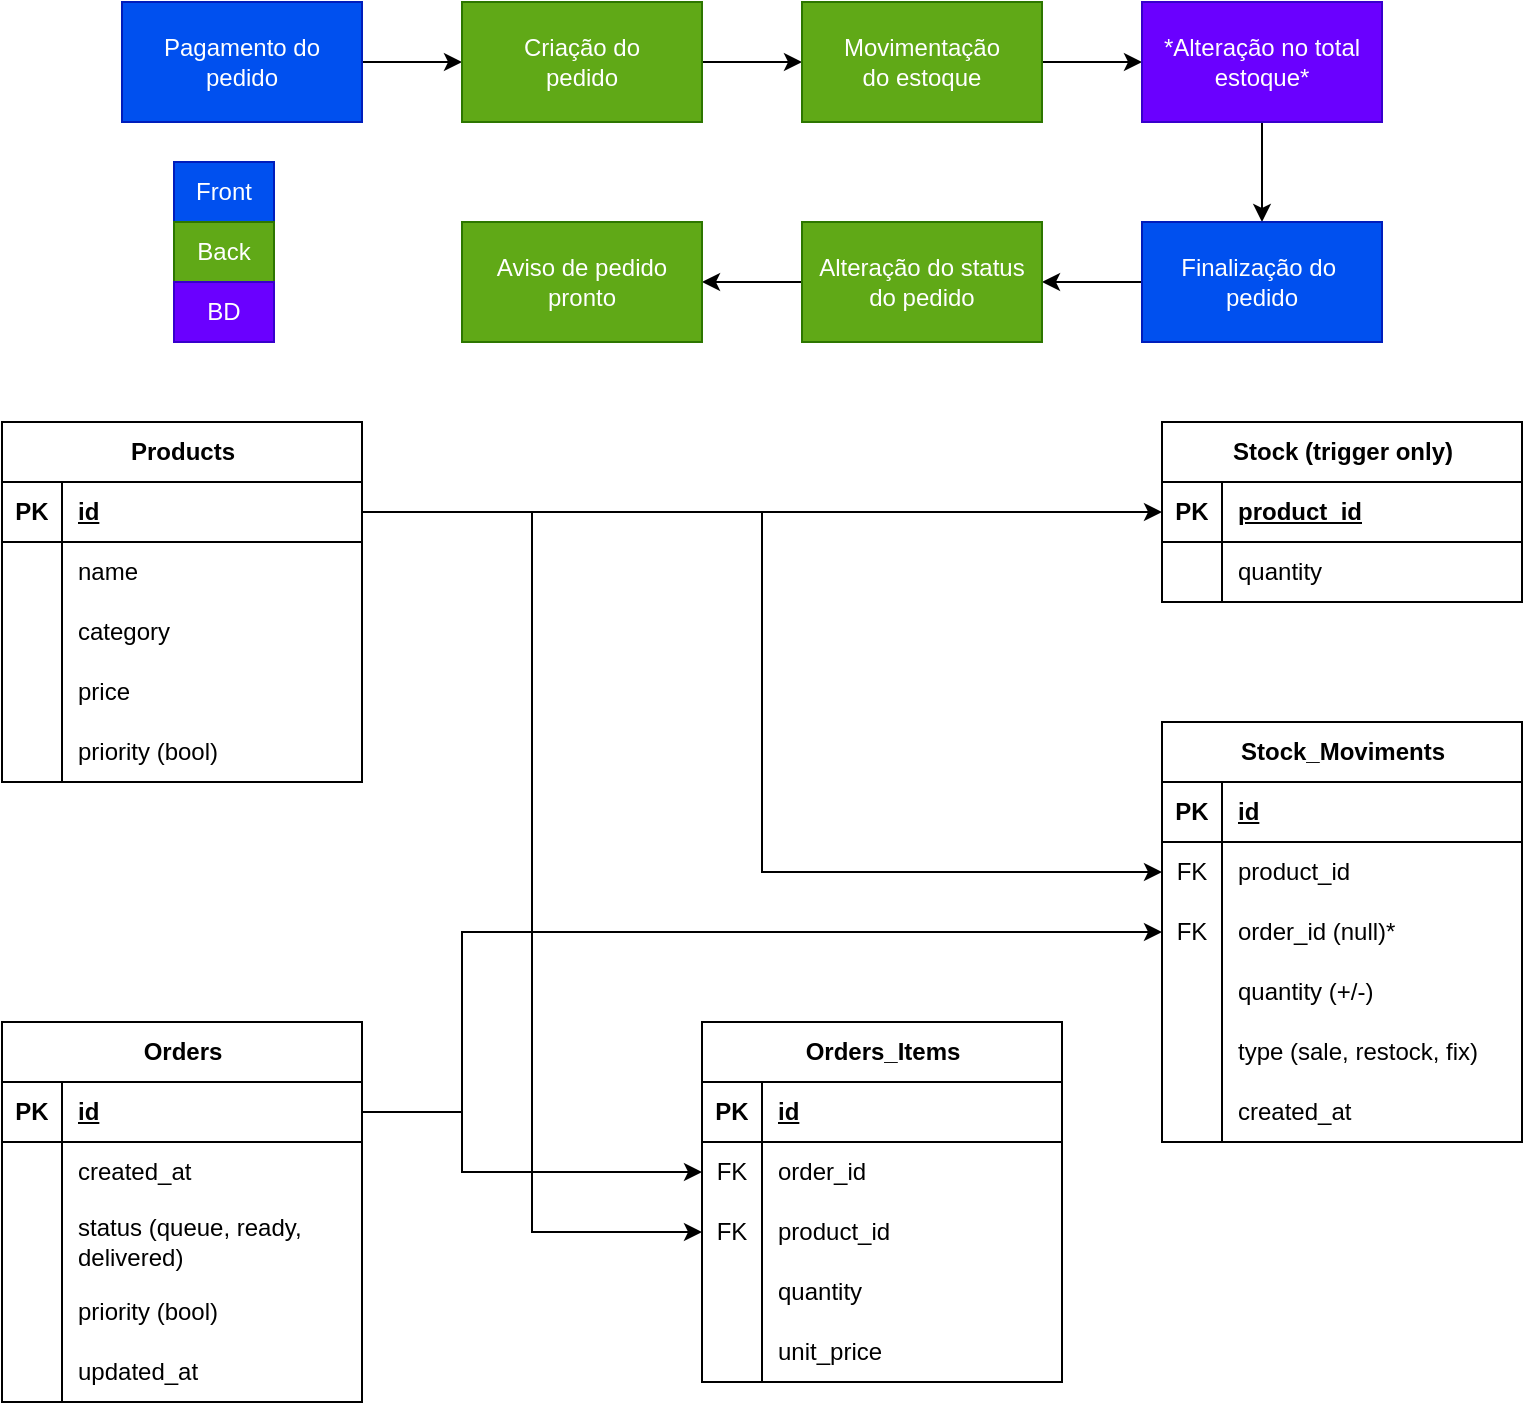
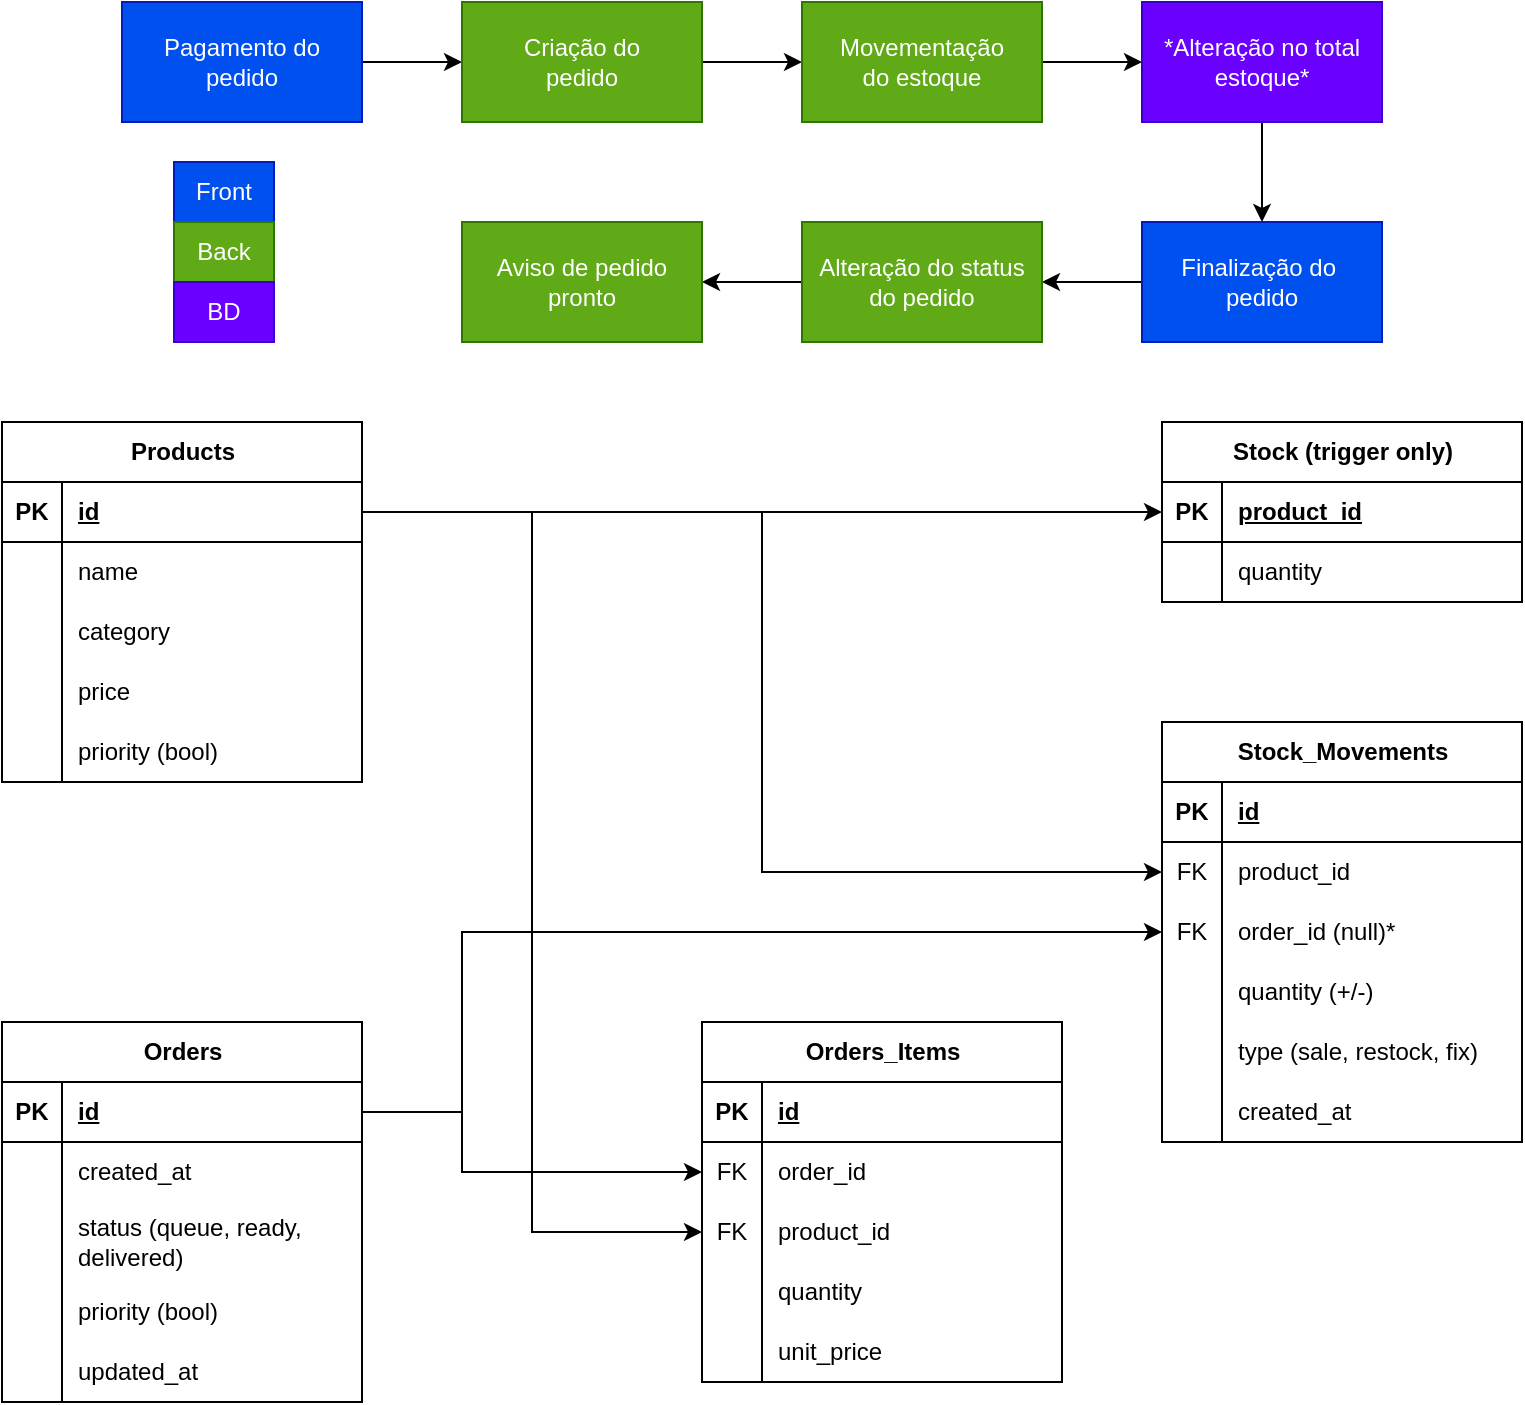
<mxfile host="drawio.home.arpa" agent="Mozilla/5.0 (Windows NT 10.0; Win64; x64; rv:141.0) Gecko/20100101 Firefox/141.0">
  <diagram name="Page-1" id="93pj5sQHvsj6xiHfX_A0">
    <mxGraphModel dx="1471" dy="1973" grid="1" gridSize="10" guides="1" tooltips="1" connect="1" arrows="1" fold="1" page="1" pageScale="1" pageWidth="827" pageHeight="1169" math="0" shadow="0">
      <root>
        <mxCell id="0" />
        <mxCell id="1" parent="0" />
        <mxCell id="aaTrduKKm5pDrdek79W0-1" parent="1" style="shape=table;startSize=30;container=1;collapsible=1;childLayout=tableLayout;fixedRows=1;rowLines=0;fontStyle=1;align=center;resizeLast=1;html=1;" value="Products" vertex="1">
          <mxGeometry height="180" width="180" x="50" y="150" as="geometry" />
        </mxCell>
        <mxCell id="aaTrduKKm5pDrdek79W0-2" parent="aaTrduKKm5pDrdek79W0-1" style="shape=tableRow;horizontal=0;startSize=0;swimlaneHead=0;swimlaneBody=0;fillColor=none;collapsible=0;dropTarget=0;points=[[0,0.5],[1,0.5]];portConstraint=eastwest;top=0;left=0;right=0;bottom=1;" value="" vertex="1">
          <mxGeometry height="30" width="180" y="30" as="geometry" />
        </mxCell>
        <mxCell id="aaTrduKKm5pDrdek79W0-3" parent="aaTrduKKm5pDrdek79W0-2" style="shape=partialRectangle;connectable=0;fillColor=none;top=0;left=0;bottom=0;right=0;fontStyle=1;overflow=hidden;whiteSpace=wrap;html=1;" value="PK" vertex="1">
          <mxGeometry height="30" width="30" as="geometry">
            <mxRectangle height="30" width="30" as="alternateBounds" />
          </mxGeometry>
        </mxCell>
        <mxCell id="aaTrduKKm5pDrdek79W0-4" parent="aaTrduKKm5pDrdek79W0-2" style="shape=partialRectangle;connectable=0;fillColor=none;top=0;left=0;bottom=0;right=0;align=left;spacingLeft=6;fontStyle=5;overflow=hidden;whiteSpace=wrap;html=1;" value="id" vertex="1">
          <mxGeometry height="30" width="150" x="30" as="geometry">
            <mxRectangle height="30" width="150" as="alternateBounds" />
          </mxGeometry>
        </mxCell>
        <mxCell id="aaTrduKKm5pDrdek79W0-5" parent="aaTrduKKm5pDrdek79W0-1" style="shape=tableRow;horizontal=0;startSize=0;swimlaneHead=0;swimlaneBody=0;fillColor=none;collapsible=0;dropTarget=0;points=[[0,0.5],[1,0.5]];portConstraint=eastwest;top=0;left=0;right=0;bottom=0;" value="" vertex="1">
          <mxGeometry height="30" width="180" y="60" as="geometry" />
        </mxCell>
        <mxCell id="aaTrduKKm5pDrdek79W0-6" parent="aaTrduKKm5pDrdek79W0-5" style="shape=partialRectangle;connectable=0;fillColor=none;top=0;left=0;bottom=0;right=0;editable=1;overflow=hidden;whiteSpace=wrap;html=1;" value="" vertex="1">
          <mxGeometry height="30" width="30" as="geometry">
            <mxRectangle height="30" width="30" as="alternateBounds" />
          </mxGeometry>
        </mxCell>
        <mxCell id="aaTrduKKm5pDrdek79W0-7" parent="aaTrduKKm5pDrdek79W0-5" style="shape=partialRectangle;connectable=0;fillColor=none;top=0;left=0;bottom=0;right=0;align=left;spacingLeft=6;overflow=hidden;whiteSpace=wrap;html=1;" value="name" vertex="1">
          <mxGeometry height="30" width="150" x="30" as="geometry">
            <mxRectangle height="30" width="150" as="alternateBounds" />
          </mxGeometry>
        </mxCell>
        <mxCell id="aaTrduKKm5pDrdek79W0-8" parent="aaTrduKKm5pDrdek79W0-1" style="shape=tableRow;horizontal=0;startSize=0;swimlaneHead=0;swimlaneBody=0;fillColor=none;collapsible=0;dropTarget=0;points=[[0,0.5],[1,0.5]];portConstraint=eastwest;top=0;left=0;right=0;bottom=0;" value="" vertex="1">
          <mxGeometry height="30" width="180" y="90" as="geometry" />
        </mxCell>
        <mxCell id="aaTrduKKm5pDrdek79W0-9" parent="aaTrduKKm5pDrdek79W0-8" style="shape=partialRectangle;connectable=0;fillColor=none;top=0;left=0;bottom=0;right=0;editable=1;overflow=hidden;whiteSpace=wrap;html=1;" value="" vertex="1">
          <mxGeometry height="30" width="30" as="geometry">
            <mxRectangle height="30" width="30" as="alternateBounds" />
          </mxGeometry>
        </mxCell>
        <mxCell id="aaTrduKKm5pDrdek79W0-10" parent="aaTrduKKm5pDrdek79W0-8" style="shape=partialRectangle;connectable=0;fillColor=none;top=0;left=0;bottom=0;right=0;align=left;spacingLeft=6;overflow=hidden;whiteSpace=wrap;html=1;" value="category" vertex="1">
          <mxGeometry height="30" width="150" x="30" as="geometry">
            <mxRectangle height="30" width="150" as="alternateBounds" />
          </mxGeometry>
        </mxCell>
        <mxCell id="aaTrduKKm5pDrdek79W0-11" parent="aaTrduKKm5pDrdek79W0-1" style="shape=tableRow;horizontal=0;startSize=0;swimlaneHead=0;swimlaneBody=0;fillColor=none;collapsible=0;dropTarget=0;points=[[0,0.5],[1,0.5]];portConstraint=eastwest;top=0;left=0;right=0;bottom=0;" value="" vertex="1">
          <mxGeometry height="30" width="180" y="120" as="geometry" />
        </mxCell>
        <mxCell id="aaTrduKKm5pDrdek79W0-12" parent="aaTrduKKm5pDrdek79W0-11" style="shape=partialRectangle;connectable=0;fillColor=none;top=0;left=0;bottom=0;right=0;editable=1;overflow=hidden;whiteSpace=wrap;html=1;" value="" vertex="1">
          <mxGeometry height="30" width="30" as="geometry">
            <mxRectangle height="30" width="30" as="alternateBounds" />
          </mxGeometry>
        </mxCell>
        <mxCell id="aaTrduKKm5pDrdek79W0-13" parent="aaTrduKKm5pDrdek79W0-11" style="shape=partialRectangle;connectable=0;fillColor=none;top=0;left=0;bottom=0;right=0;align=left;spacingLeft=6;overflow=hidden;whiteSpace=wrap;html=1;" value="price" vertex="1">
          <mxGeometry height="30" width="150" x="30" as="geometry">
            <mxRectangle height="30" width="150" as="alternateBounds" />
          </mxGeometry>
        </mxCell>
        <mxCell id="aaTrduKKm5pDrdek79W0-72" parent="aaTrduKKm5pDrdek79W0-1" style="shape=tableRow;horizontal=0;startSize=0;swimlaneHead=0;swimlaneBody=0;fillColor=none;collapsible=0;dropTarget=0;points=[[0,0.5],[1,0.5]];portConstraint=eastwest;top=0;left=0;right=0;bottom=0;" value="" vertex="1">
          <mxGeometry height="30" width="180" y="150" as="geometry" />
        </mxCell>
        <mxCell id="aaTrduKKm5pDrdek79W0-73" parent="aaTrduKKm5pDrdek79W0-72" style="shape=partialRectangle;connectable=0;fillColor=none;top=0;left=0;bottom=0;right=0;editable=1;overflow=hidden;whiteSpace=wrap;html=1;" value="" vertex="1">
          <mxGeometry height="30" width="30" as="geometry">
            <mxRectangle height="30" width="30" as="alternateBounds" />
          </mxGeometry>
        </mxCell>
        <mxCell id="aaTrduKKm5pDrdek79W0-74" parent="aaTrduKKm5pDrdek79W0-72" style="shape=partialRectangle;connectable=0;fillColor=none;top=0;left=0;bottom=0;right=0;align=left;spacingLeft=6;overflow=hidden;whiteSpace=wrap;html=1;" value="priority (bool)" vertex="1">
          <mxGeometry height="30" width="150" x="30" as="geometry">
            <mxRectangle height="30" width="150" as="alternateBounds" />
          </mxGeometry>
        </mxCell>
        <mxCell id="aaTrduKKm5pDrdek79W0-14" parent="1" style="shape=table;startSize=30;container=1;collapsible=1;childLayout=tableLayout;fixedRows=1;rowLines=0;fontStyle=1;align=center;resizeLast=1;html=1;" value="Orders" vertex="1">
          <mxGeometry height="190" width="180" x="50" y="450" as="geometry" />
        </mxCell>
        <mxCell id="aaTrduKKm5pDrdek79W0-15" parent="aaTrduKKm5pDrdek79W0-14" style="shape=tableRow;horizontal=0;startSize=0;swimlaneHead=0;swimlaneBody=0;fillColor=none;collapsible=0;dropTarget=0;points=[[0,0.5],[1,0.5]];portConstraint=eastwest;top=0;left=0;right=0;bottom=1;" value="" vertex="1">
          <mxGeometry height="30" width="180" y="30" as="geometry" />
        </mxCell>
        <mxCell id="aaTrduKKm5pDrdek79W0-16" parent="aaTrduKKm5pDrdek79W0-15" style="shape=partialRectangle;connectable=0;fillColor=none;top=0;left=0;bottom=0;right=0;fontStyle=1;overflow=hidden;whiteSpace=wrap;html=1;" value="PK" vertex="1">
          <mxGeometry height="30" width="30" as="geometry">
            <mxRectangle height="30" width="30" as="alternateBounds" />
          </mxGeometry>
        </mxCell>
        <mxCell id="aaTrduKKm5pDrdek79W0-17" parent="aaTrduKKm5pDrdek79W0-15" style="shape=partialRectangle;connectable=0;fillColor=none;top=0;left=0;bottom=0;right=0;align=left;spacingLeft=6;fontStyle=5;overflow=hidden;whiteSpace=wrap;html=1;" value="id" vertex="1">
          <mxGeometry height="30" width="150" x="30" as="geometry">
            <mxRectangle height="30" width="150" as="alternateBounds" />
          </mxGeometry>
        </mxCell>
        <mxCell id="aaTrduKKm5pDrdek79W0-18" parent="aaTrduKKm5pDrdek79W0-14" style="shape=tableRow;horizontal=0;startSize=0;swimlaneHead=0;swimlaneBody=0;fillColor=none;collapsible=0;dropTarget=0;points=[[0,0.5],[1,0.5]];portConstraint=eastwest;top=0;left=0;right=0;bottom=0;" value="" vertex="1">
          <mxGeometry height="30" width="180" y="60" as="geometry" />
        </mxCell>
        <mxCell id="aaTrduKKm5pDrdek79W0-19" parent="aaTrduKKm5pDrdek79W0-18" style="shape=partialRectangle;connectable=0;fillColor=none;top=0;left=0;bottom=0;right=0;editable=1;overflow=hidden;whiteSpace=wrap;html=1;" value="" vertex="1">
          <mxGeometry height="30" width="30" as="geometry">
            <mxRectangle height="30" width="30" as="alternateBounds" />
          </mxGeometry>
        </mxCell>
        <mxCell id="aaTrduKKm5pDrdek79W0-20" parent="aaTrduKKm5pDrdek79W0-18" style="shape=partialRectangle;connectable=0;fillColor=none;top=0;left=0;bottom=0;right=0;align=left;spacingLeft=6;overflow=hidden;whiteSpace=wrap;html=1;" value="created_at" vertex="1">
          <mxGeometry height="30" width="150" x="30" as="geometry">
            <mxRectangle height="30" width="150" as="alternateBounds" />
          </mxGeometry>
        </mxCell>
        <mxCell id="aaTrduKKm5pDrdek79W0-21" parent="aaTrduKKm5pDrdek79W0-14" style="shape=tableRow;horizontal=0;startSize=0;swimlaneHead=0;swimlaneBody=0;fillColor=none;collapsible=0;dropTarget=0;points=[[0,0.5],[1,0.5]];portConstraint=eastwest;top=0;left=0;right=0;bottom=0;" value="" vertex="1">
          <mxGeometry height="40" width="180" y="90" as="geometry" />
        </mxCell>
        <mxCell id="aaTrduKKm5pDrdek79W0-22" parent="aaTrduKKm5pDrdek79W0-21" style="shape=partialRectangle;connectable=0;fillColor=none;top=0;left=0;bottom=0;right=0;editable=1;overflow=hidden;whiteSpace=wrap;html=1;" value="" vertex="1">
          <mxGeometry height="40" width="30" as="geometry">
            <mxRectangle height="40" width="30" as="alternateBounds" />
          </mxGeometry>
        </mxCell>
        <mxCell id="aaTrduKKm5pDrdek79W0-23" parent="aaTrduKKm5pDrdek79W0-21" style="shape=partialRectangle;connectable=0;fillColor=none;top=0;left=0;bottom=0;right=0;align=left;spacingLeft=6;overflow=hidden;whiteSpace=wrap;html=1;" value="status (queue, ready, delivered)" vertex="1">
          <mxGeometry height="40" width="150" x="30" as="geometry">
            <mxRectangle height="40" width="150" as="alternateBounds" />
          </mxGeometry>
        </mxCell>
        <mxCell id="aaTrduKKm5pDrdek79W0-81" parent="aaTrduKKm5pDrdek79W0-14" style="shape=tableRow;horizontal=0;startSize=0;swimlaneHead=0;swimlaneBody=0;fillColor=none;collapsible=0;dropTarget=0;points=[[0,0.5],[1,0.5]];portConstraint=eastwest;top=0;left=0;right=0;bottom=0;" value="" vertex="1">
          <mxGeometry height="30" width="180" y="130" as="geometry" />
        </mxCell>
        <mxCell id="aaTrduKKm5pDrdek79W0-82" parent="aaTrduKKm5pDrdek79W0-81" style="shape=partialRectangle;connectable=0;fillColor=none;top=0;left=0;bottom=0;right=0;editable=1;overflow=hidden;whiteSpace=wrap;html=1;" value="" vertex="1">
          <mxGeometry height="30" width="30" as="geometry">
            <mxRectangle height="30" width="30" as="alternateBounds" />
          </mxGeometry>
        </mxCell>
        <mxCell id="aaTrduKKm5pDrdek79W0-83" parent="aaTrduKKm5pDrdek79W0-81" style="shape=partialRectangle;connectable=0;fillColor=none;top=0;left=0;bottom=0;right=0;align=left;spacingLeft=6;overflow=hidden;whiteSpace=wrap;html=1;" value="priority (bool)" vertex="1">
          <mxGeometry height="30" width="150" x="30" as="geometry">
            <mxRectangle height="30" width="150" as="alternateBounds" />
          </mxGeometry>
        </mxCell>
        <mxCell id="aaTrduKKm5pDrdek79W0-111" parent="aaTrduKKm5pDrdek79W0-14" style="shape=tableRow;horizontal=0;startSize=0;swimlaneHead=0;swimlaneBody=0;fillColor=none;collapsible=0;dropTarget=0;points=[[0,0.5],[1,0.5]];portConstraint=eastwest;top=0;left=0;right=0;bottom=0;" value="" vertex="1">
          <mxGeometry height="30" width="180" y="160" as="geometry" />
        </mxCell>
        <mxCell id="aaTrduKKm5pDrdek79W0-112" parent="aaTrduKKm5pDrdek79W0-111" style="shape=partialRectangle;connectable=0;fillColor=none;top=0;left=0;bottom=0;right=0;editable=1;overflow=hidden;whiteSpace=wrap;html=1;" value="" vertex="1">
          <mxGeometry height="30" width="30" as="geometry">
            <mxRectangle height="30" width="30" as="alternateBounds" />
          </mxGeometry>
        </mxCell>
        <mxCell id="aaTrduKKm5pDrdek79W0-113" parent="aaTrduKKm5pDrdek79W0-111" style="shape=partialRectangle;connectable=0;fillColor=none;top=0;left=0;bottom=0;right=0;align=left;spacingLeft=6;overflow=hidden;whiteSpace=wrap;html=1;" value="updated_at" vertex="1">
          <mxGeometry height="30" width="150" x="30" as="geometry">
            <mxRectangle height="30" width="150" as="alternateBounds" />
          </mxGeometry>
        </mxCell>
        <mxCell id="aaTrduKKm5pDrdek79W0-27" parent="1" style="shape=table;startSize=30;container=1;collapsible=1;childLayout=tableLayout;fixedRows=1;rowLines=0;fontStyle=1;align=center;resizeLast=1;html=1;" value="Orders_Items" vertex="1">
          <mxGeometry height="180" width="180" x="400" y="450" as="geometry" />
        </mxCell>
        <mxCell id="aaTrduKKm5pDrdek79W0-28" parent="aaTrduKKm5pDrdek79W0-27" style="shape=tableRow;horizontal=0;startSize=0;swimlaneHead=0;swimlaneBody=0;fillColor=none;collapsible=0;dropTarget=0;points=[[0,0.5],[1,0.5]];portConstraint=eastwest;top=0;left=0;right=0;bottom=1;" value="" vertex="1">
          <mxGeometry height="30" width="180" y="30" as="geometry" />
        </mxCell>
        <mxCell id="aaTrduKKm5pDrdek79W0-29" parent="aaTrduKKm5pDrdek79W0-28" style="shape=partialRectangle;connectable=0;fillColor=none;top=0;left=0;bottom=0;right=0;fontStyle=1;overflow=hidden;whiteSpace=wrap;html=1;" value="PK" vertex="1">
          <mxGeometry height="30" width="30" as="geometry">
            <mxRectangle height="30" width="30" as="alternateBounds" />
          </mxGeometry>
        </mxCell>
        <mxCell id="aaTrduKKm5pDrdek79W0-30" parent="aaTrduKKm5pDrdek79W0-28" style="shape=partialRectangle;connectable=0;fillColor=none;top=0;left=0;bottom=0;right=0;align=left;spacingLeft=6;fontStyle=5;overflow=hidden;whiteSpace=wrap;html=1;" value="id" vertex="1">
          <mxGeometry height="30" width="150" x="30" as="geometry">
            <mxRectangle height="30" width="150" as="alternateBounds" />
          </mxGeometry>
        </mxCell>
        <mxCell id="aaTrduKKm5pDrdek79W0-31" parent="aaTrduKKm5pDrdek79W0-27" style="shape=tableRow;horizontal=0;startSize=0;swimlaneHead=0;swimlaneBody=0;fillColor=none;collapsible=0;dropTarget=0;points=[[0,0.5],[1,0.5]];portConstraint=eastwest;top=0;left=0;right=0;bottom=0;" value="" vertex="1">
          <mxGeometry height="30" width="180" y="60" as="geometry" />
        </mxCell>
        <mxCell id="aaTrduKKm5pDrdek79W0-32" parent="aaTrduKKm5pDrdek79W0-31" style="shape=partialRectangle;connectable=0;fillColor=none;top=0;left=0;bottom=0;right=0;editable=1;overflow=hidden;whiteSpace=wrap;html=1;" value="FK" vertex="1">
          <mxGeometry height="30" width="30" as="geometry">
            <mxRectangle height="30" width="30" as="alternateBounds" />
          </mxGeometry>
        </mxCell>
        <mxCell id="aaTrduKKm5pDrdek79W0-33" parent="aaTrduKKm5pDrdek79W0-31" style="shape=partialRectangle;connectable=0;fillColor=none;top=0;left=0;bottom=0;right=0;align=left;spacingLeft=6;overflow=hidden;whiteSpace=wrap;html=1;" value="order_id" vertex="1">
          <mxGeometry height="30" width="150" x="30" as="geometry">
            <mxRectangle height="30" width="150" as="alternateBounds" />
          </mxGeometry>
        </mxCell>
        <mxCell id="aaTrduKKm5pDrdek79W0-34" parent="aaTrduKKm5pDrdek79W0-27" style="shape=tableRow;horizontal=0;startSize=0;swimlaneHead=0;swimlaneBody=0;fillColor=none;collapsible=0;dropTarget=0;points=[[0,0.5],[1,0.5]];portConstraint=eastwest;top=0;left=0;right=0;bottom=0;" value="" vertex="1">
          <mxGeometry height="30" width="180" y="90" as="geometry" />
        </mxCell>
        <mxCell id="aaTrduKKm5pDrdek79W0-35" parent="aaTrduKKm5pDrdek79W0-34" style="shape=partialRectangle;connectable=0;fillColor=none;top=0;left=0;bottom=0;right=0;editable=1;overflow=hidden;whiteSpace=wrap;html=1;" value="FK" vertex="1">
          <mxGeometry height="30" width="30" as="geometry">
            <mxRectangle height="30" width="30" as="alternateBounds" />
          </mxGeometry>
        </mxCell>
        <mxCell id="aaTrduKKm5pDrdek79W0-36" parent="aaTrduKKm5pDrdek79W0-34" style="shape=partialRectangle;connectable=0;fillColor=none;top=0;left=0;bottom=0;right=0;align=left;spacingLeft=6;overflow=hidden;whiteSpace=wrap;html=1;" value="product_id" vertex="1">
          <mxGeometry height="30" width="150" x="30" as="geometry">
            <mxRectangle height="30" width="150" as="alternateBounds" />
          </mxGeometry>
        </mxCell>
        <mxCell id="aaTrduKKm5pDrdek79W0-37" parent="aaTrduKKm5pDrdek79W0-27" style="shape=tableRow;horizontal=0;startSize=0;swimlaneHead=0;swimlaneBody=0;fillColor=none;collapsible=0;dropTarget=0;points=[[0,0.5],[1,0.5]];portConstraint=eastwest;top=0;left=0;right=0;bottom=0;" value="" vertex="1">
          <mxGeometry height="30" width="180" y="120" as="geometry" />
        </mxCell>
        <mxCell id="aaTrduKKm5pDrdek79W0-38" parent="aaTrduKKm5pDrdek79W0-37" style="shape=partialRectangle;connectable=0;fillColor=none;top=0;left=0;bottom=0;right=0;editable=1;overflow=hidden;whiteSpace=wrap;html=1;" value="" vertex="1">
          <mxGeometry height="30" width="30" as="geometry">
            <mxRectangle height="30" width="30" as="alternateBounds" />
          </mxGeometry>
        </mxCell>
        <mxCell id="aaTrduKKm5pDrdek79W0-39" parent="aaTrduKKm5pDrdek79W0-37" style="shape=partialRectangle;connectable=0;fillColor=none;top=0;left=0;bottom=0;right=0;align=left;spacingLeft=6;overflow=hidden;whiteSpace=wrap;html=1;" value="quantity" vertex="1">
          <mxGeometry height="30" width="150" x="30" as="geometry">
            <mxRectangle height="30" width="150" as="alternateBounds" />
          </mxGeometry>
        </mxCell>
        <mxCell id="aaTrduKKm5pDrdek79W0-40" parent="aaTrduKKm5pDrdek79W0-27" style="shape=tableRow;horizontal=0;startSize=0;swimlaneHead=0;swimlaneBody=0;fillColor=none;collapsible=0;dropTarget=0;points=[[0,0.5],[1,0.5]];portConstraint=eastwest;top=0;left=0;right=0;bottom=0;" value="" vertex="1">
          <mxGeometry height="30" width="180" y="150" as="geometry" />
        </mxCell>
        <mxCell id="aaTrduKKm5pDrdek79W0-41" parent="aaTrduKKm5pDrdek79W0-40" style="shape=partialRectangle;connectable=0;fillColor=none;top=0;left=0;bottom=0;right=0;editable=1;overflow=hidden;whiteSpace=wrap;html=1;" value="" vertex="1">
          <mxGeometry height="30" width="30" as="geometry">
            <mxRectangle height="30" width="30" as="alternateBounds" />
          </mxGeometry>
        </mxCell>
        <mxCell id="aaTrduKKm5pDrdek79W0-42" parent="aaTrduKKm5pDrdek79W0-40" style="shape=partialRectangle;connectable=0;fillColor=none;top=0;left=0;bottom=0;right=0;align=left;spacingLeft=6;overflow=hidden;whiteSpace=wrap;html=1;" value="unit_price" vertex="1">
          <mxGeometry height="30" width="150" x="30" as="geometry">
            <mxRectangle height="30" width="150" as="alternateBounds" />
          </mxGeometry>
        </mxCell>
        <mxCell id="aaTrduKKm5pDrdek79W0-46" parent="1" style="shape=table;startSize=30;container=1;collapsible=1;childLayout=tableLayout;fixedRows=1;rowLines=0;fontStyle=1;align=center;resizeLast=1;html=1;" value="Stock (trigger only)" vertex="1">
          <mxGeometry height="90" width="180" x="630" y="150" as="geometry" />
        </mxCell>
        <mxCell id="aaTrduKKm5pDrdek79W0-47" parent="aaTrduKKm5pDrdek79W0-46" style="shape=tableRow;horizontal=0;startSize=0;swimlaneHead=0;swimlaneBody=0;fillColor=none;collapsible=0;dropTarget=0;points=[[0,0.5],[1,0.5]];portConstraint=eastwest;top=0;left=0;right=0;bottom=1;" value="" vertex="1">
          <mxGeometry height="30" width="180" y="30" as="geometry" />
        </mxCell>
        <mxCell id="aaTrduKKm5pDrdek79W0-48" parent="aaTrduKKm5pDrdek79W0-47" style="shape=partialRectangle;connectable=0;fillColor=none;top=0;left=0;bottom=0;right=0;fontStyle=1;overflow=hidden;whiteSpace=wrap;html=1;" value="PK" vertex="1">
          <mxGeometry height="30" width="30" as="geometry">
            <mxRectangle height="30" width="30" as="alternateBounds" />
          </mxGeometry>
        </mxCell>
        <mxCell id="aaTrduKKm5pDrdek79W0-49" parent="aaTrduKKm5pDrdek79W0-47" style="shape=partialRectangle;connectable=0;fillColor=none;top=0;left=0;bottom=0;right=0;align=left;spacingLeft=6;fontStyle=5;overflow=hidden;whiteSpace=wrap;html=1;" value="product_id" vertex="1">
          <mxGeometry height="30" width="150" x="30" as="geometry">
            <mxRectangle height="30" width="150" as="alternateBounds" />
          </mxGeometry>
        </mxCell>
        <mxCell id="aaTrduKKm5pDrdek79W0-50" parent="aaTrduKKm5pDrdek79W0-46" style="shape=tableRow;horizontal=0;startSize=0;swimlaneHead=0;swimlaneBody=0;fillColor=none;collapsible=0;dropTarget=0;points=[[0,0.5],[1,0.5]];portConstraint=eastwest;top=0;left=0;right=0;bottom=0;" value="" vertex="1">
          <mxGeometry height="30" width="180" y="60" as="geometry" />
        </mxCell>
        <mxCell id="aaTrduKKm5pDrdek79W0-51" parent="aaTrduKKm5pDrdek79W0-50" style="shape=partialRectangle;connectable=0;fillColor=none;top=0;left=0;bottom=0;right=0;editable=1;overflow=hidden;whiteSpace=wrap;html=1;" value="" vertex="1">
          <mxGeometry height="30" width="30" as="geometry">
            <mxRectangle height="30" width="30" as="alternateBounds" />
          </mxGeometry>
        </mxCell>
        <mxCell id="aaTrduKKm5pDrdek79W0-52" parent="aaTrduKKm5pDrdek79W0-50" style="shape=partialRectangle;connectable=0;fillColor=none;top=0;left=0;bottom=0;right=0;align=left;spacingLeft=6;overflow=hidden;whiteSpace=wrap;html=1;" value="quantity" vertex="1">
          <mxGeometry height="30" width="150" x="30" as="geometry">
            <mxRectangle height="30" width="150" as="alternateBounds" />
          </mxGeometry>
        </mxCell>
-         <mxCell id="aaTrduKKm5pDrdek79W0-59" parent="1" style="shape=table;startSize=30;container=1;collapsible=1;childLayout=tableLayout;fixedRows=1;rowLines=0;fontStyle=1;align=center;resizeLast=1;html=1;" value="Stock_Moviments" vertex="1">
+         <mxCell id="aaTrduKKm5pDrdek79W0-59" parent="1" style="shape=table;startSize=30;container=1;collapsible=1;childLayout=tableLayout;fixedRows=1;rowLines=0;fontStyle=1;align=center;resizeLast=1;html=1;" value="Stock_Movements" vertex="1">
          <mxGeometry height="210" width="180" x="630" y="300" as="geometry" />
        </mxCell>
        <mxCell id="aaTrduKKm5pDrdek79W0-60" parent="aaTrduKKm5pDrdek79W0-59" style="shape=tableRow;horizontal=0;startSize=0;swimlaneHead=0;swimlaneBody=0;fillColor=none;collapsible=0;dropTarget=0;points=[[0,0.5],[1,0.5]];portConstraint=eastwest;top=0;left=0;right=0;bottom=1;" value="" vertex="1">
          <mxGeometry height="30" width="180" y="30" as="geometry" />
        </mxCell>
        <mxCell id="aaTrduKKm5pDrdek79W0-61" parent="aaTrduKKm5pDrdek79W0-60" style="shape=partialRectangle;connectable=0;fillColor=none;top=0;left=0;bottom=0;right=0;fontStyle=1;overflow=hidden;whiteSpace=wrap;html=1;" value="PK" vertex="1">
          <mxGeometry height="30" width="30" as="geometry">
            <mxRectangle height="30" width="30" as="alternateBounds" />
          </mxGeometry>
        </mxCell>
        <mxCell id="aaTrduKKm5pDrdek79W0-62" parent="aaTrduKKm5pDrdek79W0-60" style="shape=partialRectangle;connectable=0;fillColor=none;top=0;left=0;bottom=0;right=0;align=left;spacingLeft=6;fontStyle=5;overflow=hidden;whiteSpace=wrap;html=1;" value="id" vertex="1">
          <mxGeometry height="30" width="150" x="30" as="geometry">
            <mxRectangle height="30" width="150" as="alternateBounds" />
          </mxGeometry>
        </mxCell>
        <mxCell id="aaTrduKKm5pDrdek79W0-63" parent="aaTrduKKm5pDrdek79W0-59" style="shape=tableRow;horizontal=0;startSize=0;swimlaneHead=0;swimlaneBody=0;fillColor=none;collapsible=0;dropTarget=0;points=[[0,0.5],[1,0.5]];portConstraint=eastwest;top=0;left=0;right=0;bottom=0;" value="" vertex="1">
          <mxGeometry height="30" width="180" y="60" as="geometry" />
        </mxCell>
        <mxCell id="aaTrduKKm5pDrdek79W0-64" parent="aaTrduKKm5pDrdek79W0-63" style="shape=partialRectangle;connectable=0;fillColor=none;top=0;left=0;bottom=0;right=0;editable=1;overflow=hidden;whiteSpace=wrap;html=1;" value="FK" vertex="1">
          <mxGeometry height="30" width="30" as="geometry">
            <mxRectangle height="30" width="30" as="alternateBounds" />
          </mxGeometry>
        </mxCell>
        <mxCell id="aaTrduKKm5pDrdek79W0-65" parent="aaTrduKKm5pDrdek79W0-63" style="shape=partialRectangle;connectable=0;fillColor=none;top=0;left=0;bottom=0;right=0;align=left;spacingLeft=6;overflow=hidden;whiteSpace=wrap;html=1;" value="product_id" vertex="1">
          <mxGeometry height="30" width="150" x="30" as="geometry">
            <mxRectangle height="30" width="150" as="alternateBounds" />
          </mxGeometry>
        </mxCell>
        <mxCell id="aaTrduKKm5pDrdek79W0-75" parent="aaTrduKKm5pDrdek79W0-59" style="shape=tableRow;horizontal=0;startSize=0;swimlaneHead=0;swimlaneBody=0;fillColor=none;collapsible=0;dropTarget=0;points=[[0,0.5],[1,0.5]];portConstraint=eastwest;top=0;left=0;right=0;bottom=0;" value="" vertex="1">
          <mxGeometry height="30" width="180" y="90" as="geometry" />
        </mxCell>
        <mxCell id="aaTrduKKm5pDrdek79W0-76" parent="aaTrduKKm5pDrdek79W0-75" style="shape=partialRectangle;connectable=0;fillColor=none;top=0;left=0;bottom=0;right=0;editable=1;overflow=hidden;whiteSpace=wrap;html=1;" value="FK" vertex="1">
          <mxGeometry height="30" width="30" as="geometry">
            <mxRectangle height="30" width="30" as="alternateBounds" />
          </mxGeometry>
        </mxCell>
        <mxCell id="aaTrduKKm5pDrdek79W0-77" parent="aaTrduKKm5pDrdek79W0-75" style="shape=partialRectangle;connectable=0;fillColor=none;top=0;left=0;bottom=0;right=0;align=left;spacingLeft=6;overflow=hidden;whiteSpace=wrap;html=1;" value="order_id (null)*" vertex="1">
          <mxGeometry height="30" width="150" x="30" as="geometry">
            <mxRectangle height="30" width="150" as="alternateBounds" />
          </mxGeometry>
        </mxCell>
        <mxCell id="aaTrduKKm5pDrdek79W0-66" parent="aaTrduKKm5pDrdek79W0-59" style="shape=tableRow;horizontal=0;startSize=0;swimlaneHead=0;swimlaneBody=0;fillColor=none;collapsible=0;dropTarget=0;points=[[0,0.5],[1,0.5]];portConstraint=eastwest;top=0;left=0;right=0;bottom=0;" value="" vertex="1">
          <mxGeometry height="30" width="180" y="120" as="geometry" />
        </mxCell>
        <mxCell id="aaTrduKKm5pDrdek79W0-67" parent="aaTrduKKm5pDrdek79W0-66" style="shape=partialRectangle;connectable=0;fillColor=none;top=0;left=0;bottom=0;right=0;editable=1;overflow=hidden;whiteSpace=wrap;html=1;" value="" vertex="1">
          <mxGeometry height="30" width="30" as="geometry">
            <mxRectangle height="30" width="30" as="alternateBounds" />
          </mxGeometry>
        </mxCell>
        <mxCell id="aaTrduKKm5pDrdek79W0-68" parent="aaTrduKKm5pDrdek79W0-66" style="shape=partialRectangle;connectable=0;fillColor=none;top=0;left=0;bottom=0;right=0;align=left;spacingLeft=6;overflow=hidden;whiteSpace=wrap;html=1;" value="quantity (+/-)" vertex="1">
          <mxGeometry height="30" width="150" x="30" as="geometry">
            <mxRectangle height="30" width="150" as="alternateBounds" />
          </mxGeometry>
        </mxCell>
        <mxCell id="aaTrduKKm5pDrdek79W0-69" parent="aaTrduKKm5pDrdek79W0-59" style="shape=tableRow;horizontal=0;startSize=0;swimlaneHead=0;swimlaneBody=0;fillColor=none;collapsible=0;dropTarget=0;points=[[0,0.5],[1,0.5]];portConstraint=eastwest;top=0;left=0;right=0;bottom=0;" value="" vertex="1">
          <mxGeometry height="30" width="180" y="150" as="geometry" />
        </mxCell>
        <mxCell id="aaTrduKKm5pDrdek79W0-70" parent="aaTrduKKm5pDrdek79W0-69" style="shape=partialRectangle;connectable=0;fillColor=none;top=0;left=0;bottom=0;right=0;editable=1;overflow=hidden;whiteSpace=wrap;html=1;" value="" vertex="1">
          <mxGeometry height="30" width="30" as="geometry">
            <mxRectangle height="30" width="30" as="alternateBounds" />
          </mxGeometry>
        </mxCell>
        <mxCell id="aaTrduKKm5pDrdek79W0-71" parent="aaTrduKKm5pDrdek79W0-69" style="shape=partialRectangle;connectable=0;fillColor=none;top=0;left=0;bottom=0;right=0;align=left;spacingLeft=6;overflow=hidden;whiteSpace=wrap;html=1;" value="type (sale, restock, fix)" vertex="1">
          <mxGeometry height="30" width="150" x="30" as="geometry">
            <mxRectangle height="30" width="150" as="alternateBounds" />
          </mxGeometry>
        </mxCell>
        <mxCell id="aaTrduKKm5pDrdek79W0-78" parent="aaTrduKKm5pDrdek79W0-59" style="shape=tableRow;horizontal=0;startSize=0;swimlaneHead=0;swimlaneBody=0;fillColor=none;collapsible=0;dropTarget=0;points=[[0,0.5],[1,0.5]];portConstraint=eastwest;top=0;left=0;right=0;bottom=0;" value="" vertex="1">
          <mxGeometry height="30" width="180" y="180" as="geometry" />
        </mxCell>
        <mxCell id="aaTrduKKm5pDrdek79W0-79" parent="aaTrduKKm5pDrdek79W0-78" style="shape=partialRectangle;connectable=0;fillColor=none;top=0;left=0;bottom=0;right=0;editable=1;overflow=hidden;whiteSpace=wrap;html=1;" value="" vertex="1">
          <mxGeometry height="30" width="30" as="geometry">
            <mxRectangle height="30" width="30" as="alternateBounds" />
          </mxGeometry>
        </mxCell>
        <mxCell id="aaTrduKKm5pDrdek79W0-80" parent="aaTrduKKm5pDrdek79W0-78" style="shape=partialRectangle;connectable=0;fillColor=none;top=0;left=0;bottom=0;right=0;align=left;spacingLeft=6;overflow=hidden;whiteSpace=wrap;html=1;" value="created_at" vertex="1">
          <mxGeometry height="30" width="150" x="30" as="geometry">
            <mxRectangle height="30" width="150" as="alternateBounds" />
          </mxGeometry>
        </mxCell>
        <mxCell id="aaTrduKKm5pDrdek79W0-86" edge="1" parent="1" source="aaTrduKKm5pDrdek79W0-2" style="edgeStyle=orthogonalEdgeStyle;rounded=0;orthogonalLoop=1;jettySize=auto;html=1;entryX=0;entryY=0.5;entryDx=0;entryDy=0;" target="aaTrduKKm5pDrdek79W0-63">
          <mxGeometry relative="1" as="geometry" />
        </mxCell>
        <mxCell id="aaTrduKKm5pDrdek79W0-87" edge="1" parent="1" source="aaTrduKKm5pDrdek79W0-2" style="edgeStyle=orthogonalEdgeStyle;rounded=0;orthogonalLoop=1;jettySize=auto;html=1;entryX=0;entryY=0.5;entryDx=0;entryDy=0;" target="aaTrduKKm5pDrdek79W0-47">
          <mxGeometry relative="1" as="geometry" />
        </mxCell>
        <mxCell id="aaTrduKKm5pDrdek79W0-91" edge="1" parent="1" source="aaTrduKKm5pDrdek79W0-15" style="edgeStyle=orthogonalEdgeStyle;rounded=0;orthogonalLoop=1;jettySize=auto;html=1;exitX=1;exitY=0.5;exitDx=0;exitDy=0;entryX=0;entryY=0.5;entryDx=0;entryDy=0;" target="aaTrduKKm5pDrdek79W0-31">
          <mxGeometry relative="1" as="geometry">
            <Array as="points">
              <mxPoint x="280" y="495" />
              <mxPoint x="280" y="525" />
            </Array>
          </mxGeometry>
        </mxCell>
        <mxCell id="aaTrduKKm5pDrdek79W0-92" edge="1" parent="1" source="aaTrduKKm5pDrdek79W0-2" style="edgeStyle=orthogonalEdgeStyle;rounded=0;orthogonalLoop=1;jettySize=auto;html=1;exitX=1;exitY=0.5;exitDx=0;exitDy=0;entryX=0;entryY=0.5;entryDx=0;entryDy=0;" target="aaTrduKKm5pDrdek79W0-34">
          <mxGeometry relative="1" as="geometry" />
        </mxCell>
        <mxCell id="aaTrduKKm5pDrdek79W0-93" edge="1" parent="1" source="aaTrduKKm5pDrdek79W0-15" style="edgeStyle=orthogonalEdgeStyle;rounded=0;orthogonalLoop=1;jettySize=auto;html=1;entryX=0;entryY=0.5;entryDx=0;entryDy=0;" target="aaTrduKKm5pDrdek79W0-75">
          <mxGeometry relative="1" as="geometry">
            <Array as="points">
              <mxPoint x="280" y="495" />
              <mxPoint x="280" y="405" />
            </Array>
          </mxGeometry>
        </mxCell>
        <mxCell id="aaTrduKKm5pDrdek79W0-98" edge="1" parent="1" source="aaTrduKKm5pDrdek79W0-94" style="edgeStyle=orthogonalEdgeStyle;rounded=0;orthogonalLoop=1;jettySize=auto;html=1;" target="aaTrduKKm5pDrdek79W0-95" value="">
          <mxGeometry relative="1" as="geometry" />
        </mxCell>
        <mxCell id="aaTrduKKm5pDrdek79W0-94" parent="1" style="rounded=0;whiteSpace=wrap;html=1;fillColor=#0050ef;fontColor=#ffffff;strokeColor=#001DBC;" value="Pagamento do&lt;br&gt;pedido" vertex="1">
          <mxGeometry height="60" width="120" x="110" y="-60" as="geometry" />
        </mxCell>
        <mxCell id="aaTrduKKm5pDrdek79W0-97" edge="1" parent="1" source="aaTrduKKm5pDrdek79W0-95" style="edgeStyle=orthogonalEdgeStyle;rounded=0;orthogonalLoop=1;jettySize=auto;html=1;" target="aaTrduKKm5pDrdek79W0-96" value="">
          <mxGeometry relative="1" as="geometry" />
        </mxCell>
        <mxCell id="aaTrduKKm5pDrdek79W0-95" parent="1" style="rounded=0;whiteSpace=wrap;html=1;fillColor=#60a917;fontColor=#ffffff;strokeColor=#2D7600;" value="Criação do&lt;br&gt;pedido" vertex="1">
          <mxGeometry height="60" width="120" x="280" y="-60" as="geometry" />
        </mxCell>
        <mxCell id="aaTrduKKm5pDrdek79W0-100" edge="1" parent="1" source="aaTrduKKm5pDrdek79W0-96" style="edgeStyle=orthogonalEdgeStyle;rounded=0;orthogonalLoop=1;jettySize=auto;html=1;" target="aaTrduKKm5pDrdek79W0-99" value="">
          <mxGeometry relative="1" as="geometry" />
        </mxCell>
-         <mxCell id="aaTrduKKm5pDrdek79W0-96" parent="1" style="rounded=0;whiteSpace=wrap;html=1;fillColor=#60a917;fontColor=#ffffff;strokeColor=#2D7600;" value="Movimentação&lt;br&gt;do estoque" vertex="1">
+         <mxCell id="aaTrduKKm5pDrdek79W0-96" parent="1" style="rounded=0;whiteSpace=wrap;html=1;fillColor=#60a917;fontColor=#ffffff;strokeColor=#2D7600;" value="Movementação&lt;br&gt;do estoque" vertex="1">
          <mxGeometry height="60" width="120" x="450" y="-60" as="geometry" />
        </mxCell>
        <mxCell id="aaTrduKKm5pDrdek79W0-102" edge="1" parent="1" source="aaTrduKKm5pDrdek79W0-99" style="edgeStyle=orthogonalEdgeStyle;rounded=0;orthogonalLoop=1;jettySize=auto;html=1;" target="aaTrduKKm5pDrdek79W0-101" value="">
          <mxGeometry relative="1" as="geometry" />
        </mxCell>
        <mxCell id="aaTrduKKm5pDrdek79W0-99" parent="1" style="rounded=0;whiteSpace=wrap;html=1;fillColor=#6a00ff;fontColor=#ffffff;strokeColor=#3700CC;" value="*Alteração no total&lt;br&gt;estoque*" vertex="1">
          <mxGeometry height="60" width="120" x="620" y="-60" as="geometry" />
        </mxCell>
        <mxCell id="aaTrduKKm5pDrdek79W0-104" edge="1" parent="1" source="aaTrduKKm5pDrdek79W0-101" style="edgeStyle=orthogonalEdgeStyle;rounded=0;orthogonalLoop=1;jettySize=auto;html=1;" target="aaTrduKKm5pDrdek79W0-103" value="">
          <mxGeometry relative="1" as="geometry" />
        </mxCell>
        <mxCell id="aaTrduKKm5pDrdek79W0-101" parent="1" style="rounded=0;whiteSpace=wrap;html=1;fillColor=#0050ef;fontColor=#ffffff;strokeColor=#001DBC;" value="Finalização do&amp;nbsp;&lt;br&gt;pedido" vertex="1">
          <mxGeometry height="60" width="120" x="620" y="50" as="geometry" />
        </mxCell>
        <mxCell id="aaTrduKKm5pDrdek79W0-106" edge="1" parent="1" source="aaTrduKKm5pDrdek79W0-103" style="edgeStyle=orthogonalEdgeStyle;rounded=0;orthogonalLoop=1;jettySize=auto;html=1;" target="aaTrduKKm5pDrdek79W0-105" value="">
          <mxGeometry relative="1" as="geometry" />
        </mxCell>
        <mxCell id="aaTrduKKm5pDrdek79W0-103" parent="1" style="rounded=0;whiteSpace=wrap;html=1;fillColor=#60a917;fontColor=#ffffff;strokeColor=#2D7600;" value="Alteração do status&lt;br&gt;do pedido" vertex="1">
          <mxGeometry height="60" width="120" x="450" y="50" as="geometry" />
        </mxCell>
        <mxCell id="aaTrduKKm5pDrdek79W0-105" parent="1" style="rounded=0;whiteSpace=wrap;html=1;fillColor=#60a917;fontColor=#ffffff;strokeColor=#2D7600;" value="Aviso de pedido&lt;br&gt;pronto" vertex="1">
          <mxGeometry height="60" width="120" x="280" y="50" as="geometry" />
        </mxCell>
        <mxCell id="aaTrduKKm5pDrdek79W0-108" parent="1" style="rounded=0;whiteSpace=wrap;html=1;fillColor=#0050ef;fontColor=#ffffff;strokeColor=#001DBC;" value="Front" vertex="1">
          <mxGeometry height="30" width="50" x="136" y="20" as="geometry" />
        </mxCell>
        <mxCell id="aaTrduKKm5pDrdek79W0-109" parent="1" style="rounded=0;whiteSpace=wrap;html=1;fillColor=#60a917;fontColor=#ffffff;strokeColor=#2D7600;" value="Back" vertex="1">
          <mxGeometry height="30" width="50" x="136" y="50" as="geometry" />
        </mxCell>
        <mxCell id="aaTrduKKm5pDrdek79W0-110" parent="1" style="rounded=0;whiteSpace=wrap;html=1;fillColor=#6a00ff;fontColor=#ffffff;strokeColor=#3700CC;" value="BD" vertex="1">
          <mxGeometry height="30" width="50" x="136" y="80" as="geometry" />
        </mxCell>
      </root>
    </mxGraphModel>
  </diagram>
</mxfile>
